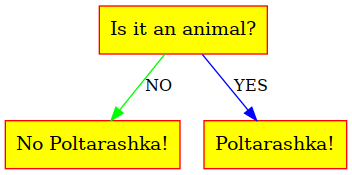
Earlier version of the Graphviz export Akinator/graphviz.png (vihlancevk/Akinator). Its source is kept beside it as Akinator/graphviz.gv. The source it was exported from:
```dot
digraph Tree{

	rankdir=UD;

	node[color="red",fontsize=14];

	2[shape=record, style="filled", fillcolor="yellow", label="<2> Is it an animal?"];
	3[shape=record, style="filled", fillcolor="yellow", label="<3> No Poltarashka!"];
	4[shape=record, style="filled", fillcolor="yellow", label="<4> Poltarashka!"];

	2 -> 3[color="green", label="NO", fontsize=12]
	2 -> 4[color="blue", label="YES", fontsize=12]

}
```
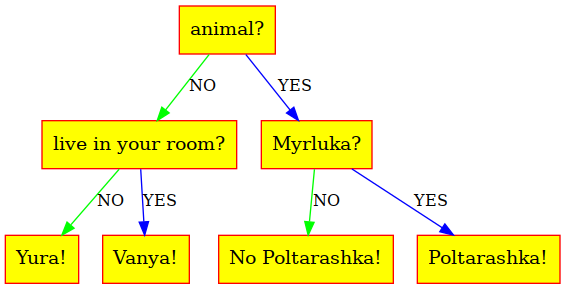
Above is the later version.

Diff of the diagram source:
```diff
@@ -4,11 +4,19 @@
 
 	node[color="red",fontsize=14];
 
-	2[shape=record, style="filled", fillcolor="yellow", label="<2> Is it an animal?"];
-	3[shape=record, style="filled", fillcolor="yellow", label="<3> No Poltarashka!"];
-	4[shape=record, style="filled", fillcolor="yellow", label="<4> Poltarashka!"];
+	2[shape=record, style="filled", fillcolor="yellow", label="<2> animal?"];
+	3[shape=record, style="filled", fillcolor="yellow", label="<3> live in your room?"];
+	4[shape=record, style="filled", fillcolor="yellow", label="<4> Yura!"];
+	5[shape=record, style="filled", fillcolor="yellow", label="<5> Vanya!"];
+	6[shape=record, style="filled", fillcolor="yellow", label="<6> Myrluka?"];
+	7[shape=record, style="filled", fillcolor="yellow", label="<7> No Poltarashka!"];
+	8[shape=record, style="filled", fillcolor="yellow", label="<8> Poltarashka!"];
 
 	2 -> 3[color="green", label="NO", fontsize=12]
-	2 -> 4[color="blue", label="YES", fontsize=12]
+	2 -> 6[color="blue", label="YES", fontsize=12]
+	3 -> 4[color="green", label="NO", fontsize=12]
+	3 -> 5[color="blue", label="YES", fontsize=12]
+	6 -> 7[color="green", label="NO", fontsize=12]
+	6 -> 8[color="blue", label="YES", fontsize=12]
 
 }
```
